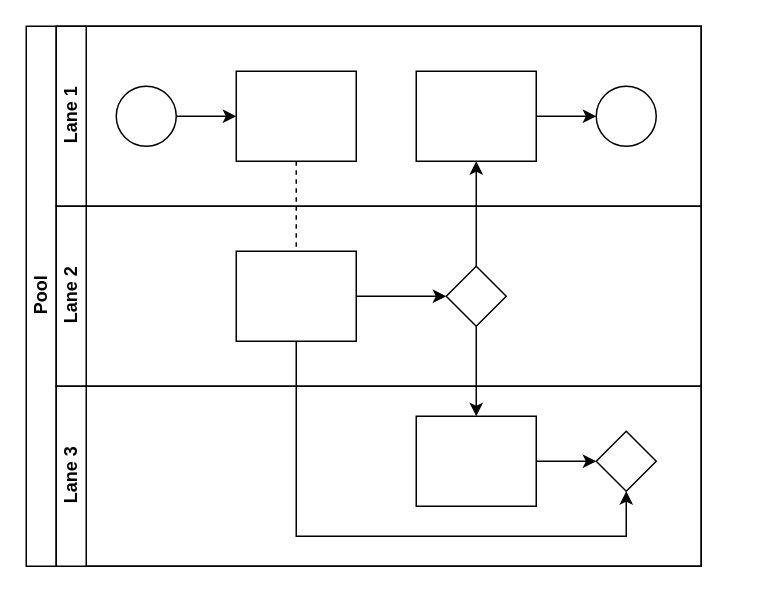
Iswariya-LMNAs/Diagrams keeps this draw.io diagram as SGBCZ Quoation.drawio. Above is the earlier version. Source tidied: cells renumbered, new cells numbered last; positions are measured from the earlier drawing's top-left corner, leaving out a move shared by most shapes. Both pictures are drawn from the tidied source at 150%, with x=0, y=0 at pixel (26, 26).
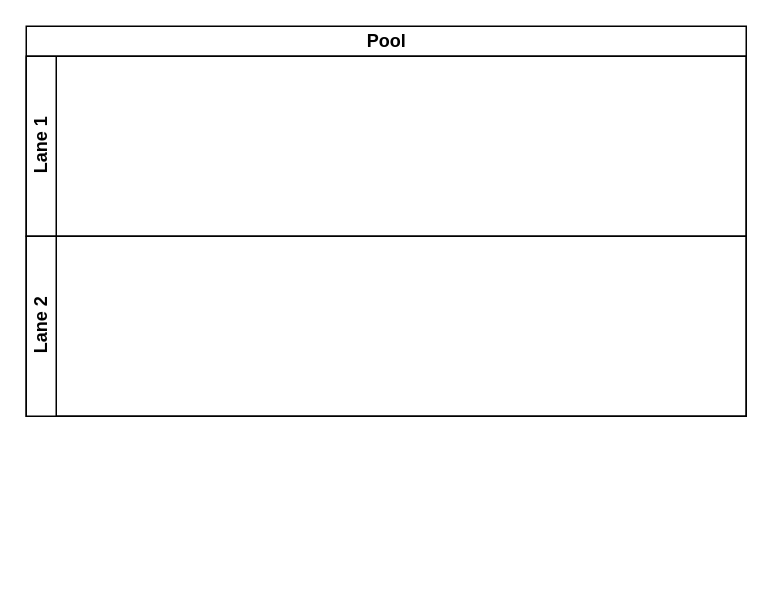
The same page after the edit.

What changed in the source:
```diff
@@
-    <mxCell id="2" value="Pool" style="swimlane;html=1;horizontal=0;startSize=20;" parent="1" vertex="1">
-      <mxGeometry width="450" height="360" as="geometry" />
+    <mxCell id="2" value="Pool" style="swimlane;horizontal=1;startSize=20;html=1;" parent="1" vertex="1">
+      <mxGeometry width="480" height="260" as="geometry" />
     </mxCell>
-    <mxCell id="3" style="edgeStyle=orthogonalEdgeStyle;rounded=0;jettySize=auto;html=1;dashed=1;endArrow=none;endFill=0;" parent="2" edge="1" source="10" target="16">
-      <mxGeometry relative="1" as="geometry" />
-    </mxCell>
-    <mxCell id="4" style="edgeStyle=orthogonalEdgeStyle;rounded=0;jettySize=auto;html=1;endArrow=classic;endFill=1;" parent="2" edge="1" source="17" target="12">
-      <mxGeometry relative="1" as="geometry" />
-    </mxCell>
-    <mxCell id="5" style="edgeStyle=orthogonalEdgeStyle;rounded=0;jettySize=auto;html=1;endArrow=classic;endFill=1;" parent="2" edge="1" source="17" target="20">
-      <mxGeometry relative="1" as="geometry" />
-    </mxCell>
-    <mxCell id="6" style="edgeStyle=orthogonalEdgeStyle;rounded=0;jettySize=auto;html=1;endArrow=classic;endFill=1;" parent="2" edge="1" source="16" target="21">
-      <mxGeometry relative="1" as="geometry">
-        <Array as="points">
-          <mxPoint x="180" y="340" />
-          <mxPoint x="400" y="340" />
-        </Array>
-      </mxGeometry>
-    </mxCell>
-    <mxCell id="7" value="Lane 1" style="swimlane;html=1;startSize=20;horizontal=0;" parent="2" vertex="1">
-      <mxGeometry x="20" width="430" height="120" as="geometry" />
+    <mxCell id="7" value="Lane 1" style="swimlane;startSize=20;horizontal=0;html=1;" parent="2" vertex="1">
+      <mxGeometry y="20" width="480" height="120" as="geometry" />
     </mxCell>
-    <mxCell id="8" style="edgeStyle=orthogonalEdgeStyle;rounded=0;jettySize=auto;html=1;" parent="7" edge="1" source="9" target="10">
-      <mxGeometry relative="1" as="geometry" />
-    </mxCell>
-    <mxCell id="9" style="ellipse;whiteSpace=wrap;html=1;" parent="7" vertex="1">
-      <mxGeometry x="40" y="40" width="40" height="40" as="geometry" />
-    </mxCell>
-    <mxCell id="10" style="rounded=0;whiteSpace=wrap;html=1;fontFamily=Helvetica;fontSize=12;fontColor=#000000;align=center;" parent="7" vertex="1">
-      <mxGeometry x="120" y="30" width="80" height="60" as="geometry" />
-    </mxCell>
-    <mxCell id="11" style="edgeStyle=orthogonalEdgeStyle;rounded=0;jettySize=auto;html=1;endArrow=classic;endFill=1;" parent="7" edge="1" source="12" target="13">
-      <mxGeometry relative="1" as="geometry" />
-    </mxCell>
-    <mxCell id="12" style="rounded=0;whiteSpace=wrap;html=1;fontFamily=Helvetica;fontSize=12;fontColor=#000000;align=center;" parent="7" vertex="1">
-      <mxGeometry x="240" y="30" width="80" height="60" as="geometry" />
-    </mxCell>
-    <mxCell id="13" style="ellipse;whiteSpace=wrap;html=1;" parent="7" vertex="1">
-      <mxGeometry x="360" y="40" width="40" height="40" as="geometry" />
-    </mxCell>
-    <mxCell id="14" value="Lane 2" style="swimlane;html=1;startSize=20;horizontal=0;" parent="2" vertex="1">
-      <mxGeometry x="20" y="120" width="430" height="120" as="geometry" />
+    <mxCell id="14" value="Lane 2" style="swimlane;startSize=20;horizontal=0;html=1;" parent="2" vertex="1">
+      <mxGeometry y="140" width="480" height="120" as="geometry" />
     </mxCell>
-    <mxCell id="15" style="edgeStyle=orthogonalEdgeStyle;rounded=0;jettySize=auto;html=1;endArrow=classic;endFill=1;" parent="14" edge="1" source="16" target="17">
-      <mxGeometry relative="1" as="geometry" />
-    </mxCell>
-    <mxCell id="16" style="rounded=0;whiteSpace=wrap;html=1;fontFamily=Helvetica;fontSize=12;fontColor=#000000;align=center;" parent="14" vertex="1">
-      <mxGeometry x="120" y="30" width="80" height="60" as="geometry" />
-    </mxCell>
-    <mxCell id="17" style="rhombus;whiteSpace=wrap;html=1;fontFamily=Helvetica;fontSize=12;fontColor=#000000;align=center;" parent="14" vertex="1">
-      <mxGeometry x="260" y="40" width="40" height="40" as="geometry" />
-    </mxCell>
-    <mxCell id="18" value="Lane 3" style="swimlane;html=1;startSize=20;horizontal=0;" parent="2" vertex="1">
-      <mxGeometry x="20" y="240" width="430" height="120" as="geometry" />
-    </mxCell>
-    <mxCell id="19" style="edgeStyle=orthogonalEdgeStyle;rounded=0;jettySize=auto;html=1;endArrow=classic;endFill=1;" parent="18" edge="1" source="20" target="21">
-      <mxGeometry relative="1" as="geometry" />
-    </mxCell>
-    <mxCell id="20" style="rounded=0;whiteSpace=wrap;html=1;fontFamily=Helvetica;fontSize=12;fontColor=#000000;align=center;" parent="18" vertex="1">
-      <mxGeometry x="240" y="20" width="80" height="60" as="geometry" />
-    </mxCell>
-    <mxCell id="21" style="rhombus;whiteSpace=wrap;html=1;fontFamily=Helvetica;fontSize=12;fontColor=#000000;align=center;" parent="18" vertex="1">
-      <mxGeometry x="360" y="30" width="40" height="40" as="geometry" />
-    </mxCell>
```
